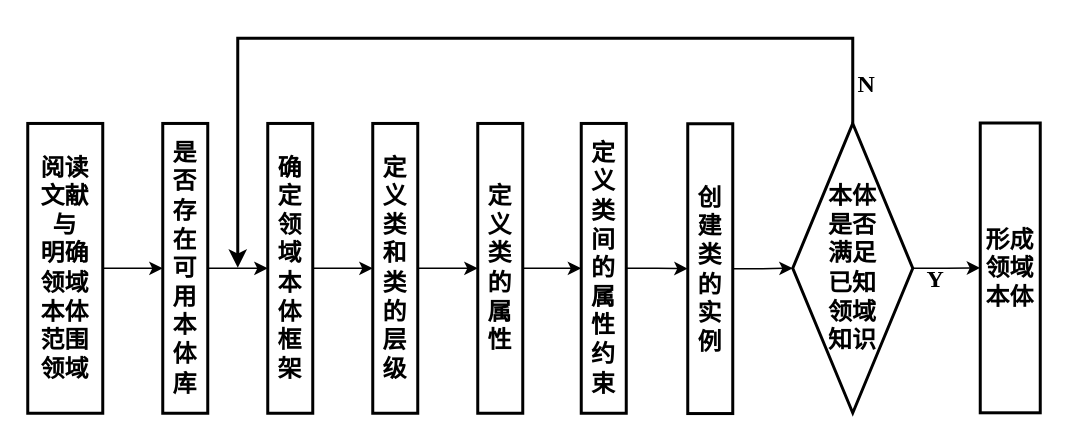
Earlier version of the draw.io diagram owl_build_method.drawio (junchaoIU/Diagrams_library). Source tidied: cells renumbered, new cells numbered last; positions are measured from the earlier drawing's top-left corner, leaving out a move shared by most shapes. Both pictures are drawn from the tidied source at 150%, with x=0, y=0 at pixel (27, 38).
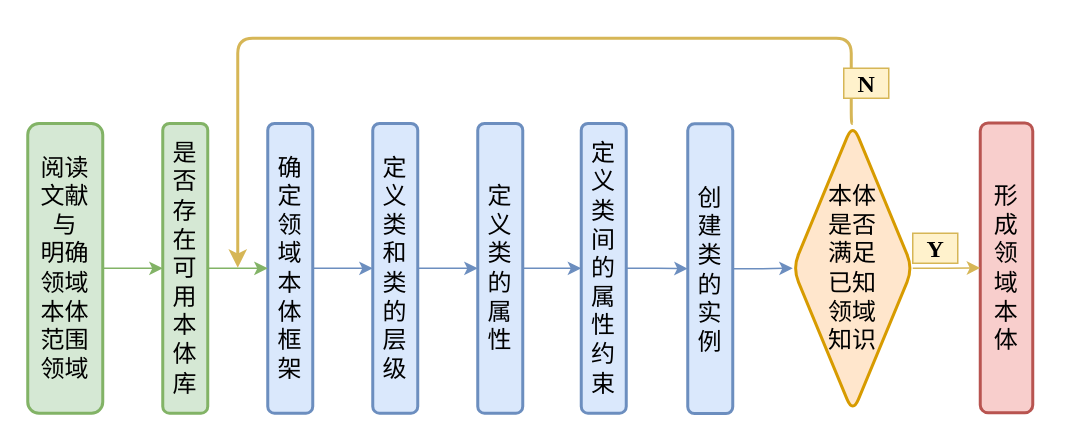
The same page after the edit.

Diff of the diagram source:
```diff
@@
-    <mxCell id="2" style="edgeStyle=orthogonalEdgeStyle;rounded=0;jettySize=auto;html=1;exitX=1;exitY=0.5;exitDx=0;exitDy=0;entryX=0;entryY=0.5;entryDx=0;entryDy=0;fontSize=16;" parent="1" edge="1" source="3" target="16">
+    <mxCell id="2" style="edgeStyle=orthogonalEdgeStyle;rounded=0;jettySize=auto;html=1;exitX=1;exitY=0.5;exitDx=0;exitDy=0;entryX=0;entryY=0.5;entryDx=0;entryDy=0;fontSize=16;fontStyle=0;fontFamily=Times New Roman;sketch=0;shadow=0;snapToPoint=0;fixDash=0;backgroundOutline=0;enumerate=0;comic=0;fillColor=#d5e8d4;strokeColor=#82b366;" parent="1" edge="1" source="3" target="16">
       <mxGeometry relative="1" as="geometry" />
     </mxCell>
-    <mxCell id="3" value="&lt;font face=&quot;Times New Roman&quot; style=&quot;font-size: 16px;&quot;&gt;&lt;span style=&quot;font-size: 16px;&quot;&gt;阅读文献与&lt;br style=&quot;font-size: 16px;&quot;&gt;明确领域本体范围领域&lt;/span&gt;&lt;/font&gt;" style="rounded=0;whiteSpace=wrap;html=1;strokeWidth=2;fontStyle=1;perimeterSpacing=0;spacing=3;fontSize=16;" parent="1" vertex="1">
+    <mxCell id="3" value="&lt;font style=&quot;font-size: 16px;&quot;&gt;&lt;span style=&quot;font-size: 16px;&quot;&gt;阅读文献与&lt;br style=&quot;font-size: 16px;&quot;&gt;明确领域本体范围领域&lt;/span&gt;&lt;/font&gt;" style="rounded=1;whiteSpace=wrap;html=1;strokeWidth=2;fontStyle=0;perimeterSpacing=0;spacing=3;fontSize=16;fontFamily=Times New Roman;sketch=0;shadow=0;snapToPoint=0;fixDash=0;backgroundOutline=0;enumerate=0;comic=0;fillColor=#d5e8d4;strokeColor=#82b366;" parent="1" vertex="1">
       <mxGeometry y="56.8" width="50" height="193.2" as="geometry" />
     </mxCell>
-    <mxCell id="4" style="edgeStyle=orthogonalEdgeStyle;rounded=0;jettySize=auto;html=1;exitX=1;exitY=0.5;exitDx=0;exitDy=0;entryX=0;entryY=0.5;entryDx=0;entryDy=0;fontSize=16;" parent="1" edge="1" source="5" target="7">
+    <mxCell id="4" style="edgeStyle=orthogonalEdgeStyle;rounded=0;jettySize=auto;html=1;exitX=1;exitY=0.5;exitDx=0;exitDy=0;entryX=0;entryY=0.5;entryDx=0;entryDy=0;fontSize=16;fontStyle=0;fontFamily=Times New Roman;sketch=0;shadow=0;snapToPoint=0;fixDash=0;backgroundOutline=0;enumerate=0;comic=0;fillColor=#dae8fc;strokeColor=#6c8ebf;" parent="1" edge="1" source="5" target="7">
       <mxGeometry relative="1" as="geometry" />
     </mxCell>
-    <mxCell id="5" value="&lt;font face=&quot;Times New Roman&quot; style=&quot;font-size: 16px;&quot;&gt;&lt;span style=&quot;font-size: 16px;&quot;&gt;&lt;span style=&quot;font-size: 16px;&quot;&gt;确定领域本体框架&lt;/span&gt;&lt;/span&gt;&lt;/font&gt;" style="rounded=0;whiteSpace=wrap;html=1;strokeWidth=2;fontStyle=1;spacing=3;fontSize=16;" parent="1" vertex="1">
+    <mxCell id="5" value="&lt;font style=&quot;font-size: 16px;&quot;&gt;&lt;span style=&quot;font-size: 16px;&quot;&gt;&lt;span style=&quot;font-size: 16px;&quot;&gt;确定领域本体框架&lt;/span&gt;&lt;/span&gt;&lt;/font&gt;" style="rounded=1;whiteSpace=wrap;html=1;strokeWidth=2;fontStyle=0;spacing=3;fontSize=16;fontFamily=Times New Roman;sketch=0;shadow=0;snapToPoint=0;fixDash=0;backgroundOutline=0;enumerate=0;comic=0;fillColor=#dae8fc;strokeColor=#6c8ebf;" parent="1" vertex="1">
       <mxGeometry x="160" y="56.8" width="30" height="193.2" as="geometry" />
     </mxCell>
-    <mxCell id="6" style="edgeStyle=orthogonalEdgeStyle;rounded=0;jettySize=auto;html=1;exitX=1;exitY=0.5;exitDx=0;exitDy=0;entryX=0;entryY=0.5;entryDx=0;entryDy=0;fontSize=16;" parent="1" edge="1" source="7" target="9">
+    <mxCell id="6" style="edgeStyle=orthogonalEdgeStyle;rounded=0;jettySize=auto;html=1;exitX=1;exitY=0.5;exitDx=0;exitDy=0;entryX=0;entryY=0.5;entryDx=0;entryDy=0;fontSize=16;fontStyle=0;fontFamily=Times New Roman;sketch=0;shadow=0;snapToPoint=0;fixDash=0;backgroundOutline=0;enumerate=0;comic=0;fillColor=#dae8fc;strokeColor=#6c8ebf;" parent="1" edge="1" source="7" target="9">
       <mxGeometry relative="1" as="geometry" />
     </mxCell>
-    <mxCell id="7" value="&lt;font face=&quot;Times New Roman&quot; style=&quot;font-size: 16px;&quot;&gt;&lt;span style=&quot;font-size: 16px;&quot;&gt;&lt;span style=&quot;font-size: 16px;&quot;&gt;定义类和类的层级&lt;/span&gt;&lt;/span&gt;&lt;/font&gt;" style="rounded=0;whiteSpace=wrap;html=1;strokeWidth=2;fontStyle=1;spacing=3;fontSize=16;" parent="1" vertex="1">
+    <mxCell id="7" value="&lt;font style=&quot;font-size: 16px;&quot;&gt;&lt;span style=&quot;font-size: 16px;&quot;&gt;&lt;span style=&quot;font-size: 16px;&quot;&gt;定义类和类的层级&lt;/span&gt;&lt;/span&gt;&lt;/font&gt;" style="rounded=1;whiteSpace=wrap;html=1;strokeWidth=2;fontStyle=0;spacing=3;fontSize=16;fontFamily=Times New Roman;sketch=0;shadow=0;snapToPoint=0;fixDash=0;backgroundOutline=0;enumerate=0;comic=0;fillColor=#dae8fc;strokeColor=#6c8ebf;" parent="1" vertex="1">
       <mxGeometry x="230" y="56.8" width="30" height="193.2" as="geometry" />
     </mxCell>
-    <mxCell id="8" style="edgeStyle=orthogonalEdgeStyle;rounded=0;jettySize=auto;html=1;exitX=1;exitY=0.5;exitDx=0;exitDy=0;entryX=0;entryY=0.5;entryDx=0;entryDy=0;fontSize=16;" parent="1" edge="1" source="9" target="11">
+    <mxCell id="8" style="edgeStyle=orthogonalEdgeStyle;rounded=0;jettySize=auto;html=1;exitX=1;exitY=0.5;exitDx=0;exitDy=0;entryX=0;entryY=0.5;entryDx=0;entryDy=0;fontSize=16;fontStyle=0;fontFamily=Times New Roman;sketch=0;shadow=0;snapToPoint=0;fixDash=0;backgroundOutline=0;enumerate=0;comic=0;fillColor=#dae8fc;strokeColor=#6c8ebf;" parent="1" edge="1" source="9" target="11">
       <mxGeometry relative="1" as="geometry" />
     </mxCell>
-    <mxCell id="9" value="&lt;font face=&quot;Times New Roman&quot; style=&quot;font-size: 16px;&quot;&gt;&lt;span style=&quot;font-size: 16px;&quot;&gt;&lt;span style=&quot;font-size: 16px;&quot;&gt;定义类的属性&lt;/span&gt;&lt;/span&gt;&lt;/font&gt;" style="rounded=0;whiteSpace=wrap;html=1;strokeWidth=2;fontStyle=1;spacing=3;fontSize=16;" parent="1" vertex="1">
+    <mxCell id="9" value="&lt;font style=&quot;font-size: 16px&quot;&gt;&lt;span style=&quot;font-size: 16px&quot;&gt;&lt;span style=&quot;font-size: 16px&quot;&gt;定义类的属性&lt;/span&gt;&lt;/span&gt;&lt;/font&gt;" style="rounded=1;whiteSpace=wrap;html=1;strokeWidth=2;fontStyle=0;spacing=3;fontSize=16;fontFamily=Times New Roman;sketch=0;shadow=0;snapToPoint=0;fixDash=0;backgroundOutline=0;enumerate=0;comic=0;fillColor=#dae8fc;strokeColor=#6c8ebf;" parent="1" vertex="1">
       <mxGeometry x="300" y="56.8" width="30" height="193.2" as="geometry" />
     </mxCell>
-    <mxCell id="10" style="edgeStyle=orthogonalEdgeStyle;rounded=0;jettySize=auto;html=1;exitX=1;exitY=0.5;exitDx=0;exitDy=0;entryX=0;entryY=0.5;entryDx=0;entryDy=0;fontSize=16;" parent="1" edge="1" source="11" target="13">
+    <mxCell id="10" style="edgeStyle=orthogonalEdgeStyle;rounded=0;jettySize=auto;html=1;exitX=1;exitY=0.5;exitDx=0;exitDy=0;entryX=0;entryY=0.5;entryDx=0;entryDy=0;fontSize=16;fontStyle=0;fontFamily=Times New Roman;sketch=0;shadow=0;snapToPoint=0;fixDash=0;backgroundOutline=0;enumerate=0;comic=0;fillColor=#dae8fc;strokeColor=#6c8ebf;" parent="1" edge="1" source="11" target="13">
       <mxGeometry relative="1" as="geometry" />
     </mxCell>
-    <mxCell id="11" value="&lt;font face=&quot;Times New Roman&quot; style=&quot;font-size: 16px;&quot;&gt;&lt;span style=&quot;font-size: 16px;&quot;&gt;&lt;span style=&quot;font-size: 16px;&quot;&gt;定义类间的属性约束&lt;/span&gt;&lt;/span&gt;&lt;/font&gt;" style="rounded=0;whiteSpace=wrap;html=1;strokeWidth=2;fontStyle=1;spacing=3;fontSize=16;" parent="1" vertex="1">
+    <mxCell id="11" value="&lt;font style=&quot;font-size: 16px;&quot;&gt;&lt;span style=&quot;font-size: 16px;&quot;&gt;&lt;span style=&quot;font-size: 16px;&quot;&gt;定义类间的属性约束&lt;/span&gt;&lt;/span&gt;&lt;/font&gt;" style="rounded=1;whiteSpace=wrap;html=1;strokeWidth=2;fontStyle=0;spacing=3;fontSize=16;fontFamily=Times New Roman;sketch=0;shadow=0;snapToPoint=0;fixDash=0;backgroundOutline=0;enumerate=0;comic=0;fillColor=#dae8fc;strokeColor=#6c8ebf;" parent="1" vertex="1">
       <mxGeometry x="369" y="56.8" width="30" height="193.2" as="geometry" />
     </mxCell>
-    <mxCell id="12" style="edgeStyle=orthogonalEdgeStyle;rounded=0;jettySize=auto;html=1;exitX=1;exitY=0.5;exitDx=0;exitDy=0;entryX=0;entryY=0.5;entryDx=0;entryDy=0;fontSize=16;" parent="1" edge="1" source="13" target="19">
+    <mxCell id="12" style="edgeStyle=orthogonalEdgeStyle;rounded=0;jettySize=auto;html=1;exitX=1;exitY=0.5;exitDx=0;exitDy=0;entryX=0;entryY=0.5;entryDx=0;entryDy=0;fontSize=16;fontStyle=0;fontFamily=Times New Roman;sketch=0;shadow=0;snapToPoint=0;fixDash=0;backgroundOutline=0;enumerate=0;comic=0;fillColor=#dae8fc;strokeColor=#6c8ebf;" parent="1" edge="1" source="13" target="19">
       <mxGeometry relative="1" as="geometry" />
     </mxCell>
-    <mxCell id="13" value="&lt;font face=&quot;Times New Roman&quot; style=&quot;font-size: 16px;&quot;&gt;&lt;span style=&quot;font-size: 16px;&quot;&gt;&lt;span style=&quot;font-size: 16px;&quot;&gt;创建类的实例&lt;/span&gt;&lt;/span&gt;&lt;/font&gt;" style="rounded=0;whiteSpace=wrap;html=1;strokeWidth=2;fontStyle=1;spacing=3;fontSize=16;" parent="1" vertex="1">
+    <mxCell id="13" value="&lt;font style=&quot;font-size: 16px;&quot;&gt;&lt;span style=&quot;font-size: 16px;&quot;&gt;&lt;span style=&quot;font-size: 16px;&quot;&gt;创建类的实例&lt;/span&gt;&lt;/span&gt;&lt;/font&gt;" style="rounded=1;whiteSpace=wrap;html=1;strokeWidth=2;fontStyle=0;spacing=3;fontSize=16;fontFamily=Times New Roman;sketch=0;shadow=0;snapToPoint=0;fixDash=0;backgroundOutline=0;enumerate=0;comic=0;fillColor=#dae8fc;strokeColor=#6c8ebf;" parent="1" vertex="1">
       <mxGeometry x="440" y="57" width="30" height="193.2" as="geometry" />
     </mxCell>
-    <mxCell id="14" value="&lt;font face=&quot;Times New Roman&quot; style=&quot;font-size: 16px;&quot;&gt;&lt;span style=&quot;font-size: 16px;&quot;&gt;&lt;span style=&quot;font-size: 16px;&quot;&gt;形成领域本体&lt;/span&gt;&lt;/span&gt;&lt;/font&gt;" style="rounded=0;whiteSpace=wrap;html=1;strokeWidth=2;fontStyle=1;spacing=3;fontSize=16;" parent="1" vertex="1">
-      <mxGeometry x="635" y="56.5" width="40" height="193.2" as="geometry" />
+    <mxCell id="14" value="&lt;font style=&quot;font-size: 16px;&quot;&gt;&lt;span style=&quot;font-size: 16px;&quot;&gt;&lt;span style=&quot;font-size: 16px;&quot;&gt;形成领域本体&lt;/span&gt;&lt;/span&gt;&lt;/font&gt;" style="rounded=1;whiteSpace=wrap;html=1;strokeWidth=2;fontStyle=0;spacing=3;fontSize=16;fontFamily=Times New Roman;sketch=0;shadow=0;snapToPoint=0;fixDash=0;backgroundOutline=0;enumerate=0;comic=0;fillColor=#f8cecc;strokeColor=#b85450;" parent="1" vertex="1">
+      <mxGeometry x="635" y="56.5" width="35" height="193.2" as="geometry" />
     </mxCell>
-    <mxCell id="15" style="edgeStyle=orthogonalEdgeStyle;rounded=0;jettySize=auto;html=1;exitX=1;exitY=0.5;exitDx=0;exitDy=0;fontSize=16;" parent="1" edge="1" source="16" target="5">
+    <mxCell id="15" style="edgeStyle=orthogonalEdgeStyle;rounded=0;jettySize=auto;html=1;exitX=1;exitY=0.5;exitDx=0;exitDy=0;fontSize=16;fontStyle=0;fontFamily=Times New Roman;sketch=0;shadow=0;snapToPoint=0;fixDash=0;backgroundOutline=0;enumerate=0;comic=0;fillColor=#d5e8d4;strokeColor=#82b366;" parent="1" edge="1" source="16" target="5">
       <mxGeometry relative="1" as="geometry" />
     </mxCell>
-    <mxCell id="16" value="&lt;font face=&quot;Times New Roman&quot; style=&quot;font-size: 16px;&quot;&gt;&lt;span style=&quot;font-size: 16px;&quot;&gt;是否存在可用本体库&lt;/span&gt;&lt;/font&gt;" style="rounded=0;whiteSpace=wrap;html=1;strokeWidth=2;fontStyle=1;perimeterSpacing=0;spacing=3;fontSize=16;" parent="1" vertex="1">
+    <mxCell id="16" value="&lt;font style=&quot;font-size: 16px;&quot;&gt;&lt;span style=&quot;font-size: 16px;&quot;&gt;是否存在可用本体库&lt;/span&gt;&lt;/font&gt;" style="rounded=1;whiteSpace=wrap;html=1;strokeWidth=2;fontStyle=0;perimeterSpacing=0;spacing=3;fontSize=16;fontFamily=Times New Roman;sketch=0;shadow=0;snapToPoint=0;fixDash=0;backgroundOutline=0;enumerate=0;comic=0;glass=0;fillColor=#d5e8d4;strokeColor=#82b366;" parent="1" vertex="1">
       <mxGeometry x="90" y="56.8" width="30" height="193.2" as="geometry" />
     </mxCell>
-    <mxCell id="17" style="edgeStyle=orthogonalEdgeStyle;rounded=0;jettySize=auto;html=1;exitX=1;exitY=0.5;exitDx=0;exitDy=0;entryX=0;entryY=0.5;entryDx=0;entryDy=0;fontSize=16;" parent="1" edge="1" source="19" target="14">
+    <mxCell id="17" style="edgeStyle=orthogonalEdgeStyle;rounded=0;jettySize=auto;html=1;exitX=1;exitY=0.5;exitDx=0;exitDy=0;entryX=0;entryY=0.5;entryDx=0;entryDy=0;fontSize=16;fontStyle=0;fontFamily=Times New Roman;sketch=0;shadow=0;snapToPoint=0;fixDash=0;backgroundOutline=0;enumerate=0;comic=0;fillColor=#fff2cc;strokeColor=#d6b656;" parent="1" edge="1" source="19" target="14">
       <mxGeometry relative="1" as="geometry" />
     </mxCell>
-    <mxCell id="18" style="edgeStyle=orthogonalEdgeStyle;rounded=0;jettySize=auto;html=1;exitX=0.5;exitY=0;exitDx=0;exitDy=0;fontSize=16;strokeWidth=2;" parent="1" edge="1" source="19">
+    <mxCell id="18" style="edgeStyle=orthogonalEdgeStyle;rounded=1;jettySize=auto;html=1;exitX=0.5;exitY=0;exitDx=0;exitDy=0;fontSize=16;strokeWidth=2;fontStyle=0;fontFamily=Times New Roman;sketch=0;shadow=0;snapToPoint=0;fixDash=0;backgroundOutline=0;enumerate=0;comic=0;fillColor=#fff2cc;strokeColor=#d6b656;" parent="1" edge="1" source="19">
       <mxGeometry relative="1" as="geometry">
         <mxPoint x="140" y="153" as="targetPoint" />
         <Array as="points">
-          <mxPoint x="550" />
+          <mxPoint x="549" y="57" />
+          <mxPoint x="549" />
           <mxPoint x="140" />
-          <mxPoint x="140" y="120" />
         </Array>
       </mxGeometry>
     </mxCell>
-    <mxCell id="19" value="&lt;span style=&quot;font-size: 16px;&quot;&gt;本体&lt;br style=&quot;font-size: 16px;&quot;&gt;是否&lt;br style=&quot;font-size: 16px;&quot;&gt;满足&lt;br style=&quot;font-size: 16px;&quot;&gt;已知&lt;br style=&quot;font-size: 16px;&quot;&gt;领域&lt;br style=&quot;font-size: 16px;&quot;&gt;知识&lt;/span&gt;" style="rhombus;whiteSpace=wrap;html=1;rounded=0;fontSize=16;fontStyle=1;strokeWidth=2;" parent="1" vertex="1">
+    <mxCell id="19" value="&lt;span style=&quot;font-size: 16px;&quot;&gt;本体&lt;br style=&quot;font-size: 16px;&quot;&gt;是否&lt;br style=&quot;font-size: 16px;&quot;&gt;满足&lt;br style=&quot;font-size: 16px;&quot;&gt;已知&lt;br style=&quot;font-size: 16px;&quot;&gt;领域&lt;br style=&quot;font-size: 16px;&quot;&gt;知识&lt;/span&gt;" style="rhombus;whiteSpace=wrap;html=1;rounded=1;fontSize=16;fontStyle=0;strokeWidth=2;fontFamily=Times New Roman;sketch=0;shadow=0;snapToPoint=0;fixDash=0;backgroundOutline=0;enumerate=0;comic=0;fillColor=#ffe6cc;strokeColor=#d79b00;" parent="1" vertex="1">
       <mxGeometry x="510" y="56.8" width="80" height="193" as="geometry" />
     </mxCell>
-    <mxCell id="20" value="&lt;font face=&quot;Times New Roman&quot; style=&quot;font-size: 16px;&quot;&gt;&lt;b style=&quot;font-size: 16px;&quot;&gt;Y&lt;/b&gt;&lt;/font&gt;" style="text;html=1;align=center;verticalAlign=middle;strokeColor=none;fillColor=none;fontSize=16;" parent="1" vertex="1">
-      <mxGeometry x="590" y="150" width="30" height="20" as="geometry" />
+    <mxCell id="20" value="&lt;font style=&quot;font-size: 16px;&quot;&gt;&lt;span style=&quot;font-size: 16px;&quot;&gt;Y&lt;/span&gt;&lt;/font&gt;" style="text;html=1;align=center;verticalAlign=middle;strokeColor=#d6b656;fillColor=#fff2cc;fontSize=16;fontStyle=1;fontFamily=Times New Roman;sketch=0;shadow=0;fixDash=0;backgroundOutline=0;enumerate=0;comic=0;" parent="1" vertex="1">
+      <mxGeometry x="590" y="130" width="30" height="20" as="geometry" />
     </mxCell>
-    <mxCell id="21" value="&lt;b style=&quot;font-size: 16px;&quot;&gt;N&lt;/b&gt;" style="text;html=1;align=center;verticalAlign=middle;strokeColor=none;fillColor=none;fontSize=16;fontFamily=Times New Roman;" parent="1" vertex="1">
+    <mxCell id="21" value="&lt;span style=&quot;font-size: 16px;&quot;&gt;N&lt;/span&gt;" style="text;html=1;align=center;verticalAlign=middle;strokeColor=#d6b656;fillColor=#fff2cc;fontSize=16;fontFamily=Times New Roman;fontStyle=1;sketch=0;shadow=0;fixDash=0;backgroundOutline=0;enumerate=0;comic=0;" parent="1" vertex="1">
       <mxGeometry x="544" y="20" width="30" height="20" as="geometry" />
     </mxCell>
```
